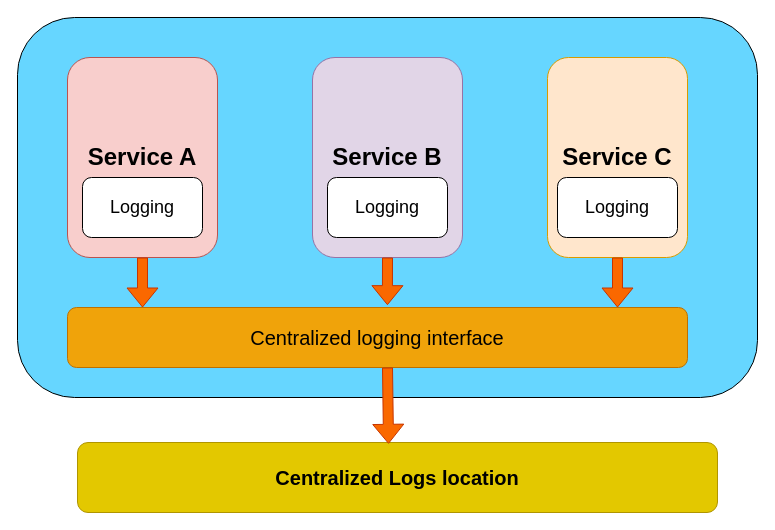
This is resources/Centralized Logs.drawio from prasad-babu/mydraw.io, a draw.io file, before an edit. Source tidied: cells renumbered, new cells numbered last; positions are measured from the earlier drawing's top-left corner, leaving out a move shared by most shapes. Both pictures are drawn from the tidied source at 100%, with x=0, y=0 at pixel (17, 17).
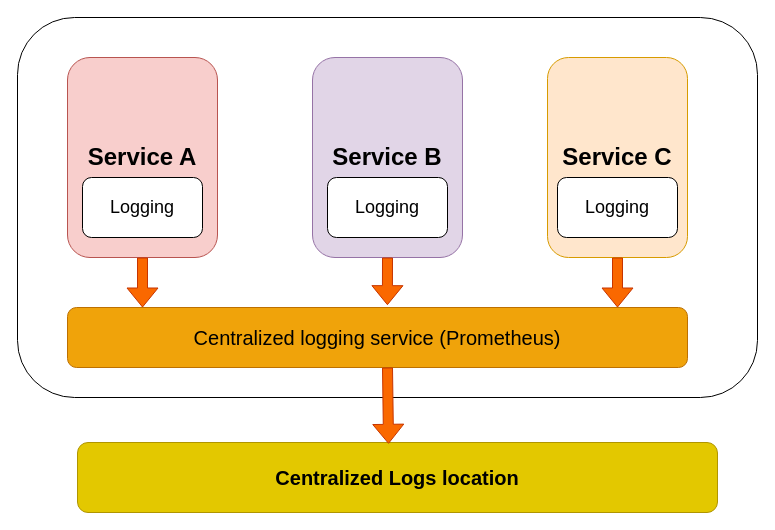
Above is the later version.

The edit, as a diff of the source:
```diff
@@
 <mxGraphModel>
   <root>
     <mxCell id="0" />
     <mxCell id="1" parent="0" />
-    <mxCell id="2" style="rounded=1;whiteSpace=wrap;html=1;fillColor=#66D6FF;" parent="1" vertex="1">
+    <mxCell id="2" style="rounded=1;whiteSpace=wrap;html=1;fillColor=none;" parent="1" vertex="1">
       <mxGeometry width="740" height="380" as="geometry" />
     </mxCell>
     <mxCell id="3" value="&lt;font size=&quot;1&quot;&gt;&lt;b style=&quot;font-size: 24px;&quot;&gt;Service A&lt;/b&gt;&lt;/font&gt;" style="rounded=1;whiteSpace=wrap;html=1;fillColor=#f8cecc;strokeColor=#b85450;" parent="1" vertex="1">
       <mxGeometry x="50" y="40" width="150" height="200" as="geometry" />
     </mxCell>
     <mxCell id="4" value="&lt;font style=&quot;font-size: 24px;&quot;&gt;&lt;b&gt;Service B&lt;/b&gt;&lt;/font&gt;" style="rounded=1;whiteSpace=wrap;html=1;fillColor=#e1d5e7;strokeColor=#9673a6;" parent="1" vertex="1">
       <mxGeometry x="295" y="40" width="150" height="200" as="geometry" />
     </mxCell>
     <mxCell id="5" value="&lt;font style=&quot;font-size: 18px;&quot;&gt;Logging&lt;/font&gt;" style="rounded=1;whiteSpace=wrap;html=1;" parent="1" vertex="1">
       <mxGeometry x="65" y="160" width="120" height="60" as="geometry" />
     </mxCell>
     <mxCell id="6" value="&lt;font style=&quot;font-size: 24px;&quot;&gt;&lt;b&gt;Service C&lt;/b&gt;&lt;/font&gt;" style="rounded=1;whiteSpace=wrap;html=1;fillColor=#ffe6cc;strokeColor=#d79b00;" parent="1" vertex="1">
       <mxGeometry x="530" y="40" width="140" height="200" as="geometry" />
     </mxCell>
     <mxCell id="7" value="&lt;font style=&quot;font-size: 18px;&quot;&gt;Logging&lt;/font&gt;" style="rounded=1;whiteSpace=wrap;html=1;" parent="1" vertex="1">
       <mxGeometry x="540" y="160" width="120" height="60" as="geometry" />
     </mxCell>
     <mxCell id="8" value="&lt;font style=&quot;font-size: 18px;&quot;&gt;Logging&lt;/font&gt;" style="rounded=1;whiteSpace=wrap;html=1;" parent="1" vertex="1">
       <mxGeometry x="310" y="160" width="120" height="60" as="geometry" />
     </mxCell>
     <mxCell id="9" value="&lt;font style=&quot;font-size: 20px;&quot;&gt;&lt;b&gt;Centralized Logs location&lt;/b&gt;&lt;/font&gt;" style="rounded=1;whiteSpace=wrap;html=1;fillColor=#e3c800;strokeColor=#B09500;fontColor=#000000;" parent="1" vertex="1">
       <mxGeometry x="60" y="425" width="640" height="70" as="geometry" />
     </mxCell>
     <mxCell id="10" style="shape=flexArrow;endArrow=classic;html=1;rounded=0;exitX=0.5;exitY=1;exitDx=0;exitDy=0;fillColor=#fa6800;strokeColor=#C73500;" parent="1" edge="1" source="3">
       <mxGeometry relative="1" as="geometry">
         <mxPoint x="125" y="290" as="targetPoint" />
       </mxGeometry>
     </mxCell>
     <mxCell id="11" style="shape=flexArrow;endArrow=classic;html=1;rounded=0;exitX=0.5;exitY=1;exitDx=0;exitDy=0;fillColor=#fa6800;strokeColor=#C73500;" parent="1" edge="1" source="6">
       <mxGeometry relative="1" as="geometry">
         <mxPoint x="600" y="290" as="targetPoint" />
       </mxGeometry>
     </mxCell>
     <mxCell id="12" style="shape=flexArrow;endArrow=classic;html=1;rounded=0;entryX=0.516;entryY=-0.039;entryDx=0;entryDy=0;fillColor=#fa6800;strokeColor=#C73500;entryPerimeter=0;" parent="1" edge="1" target="13">
       <mxGeometry relative="1" as="geometry">
         <mxPoint x="370" y="240" as="sourcePoint" />
       </mxGeometry>
     </mxCell>
-    <mxCell id="13" value="Centralized logging interface" style="rounded=1;whiteSpace=wrap;html=1;fontSize=20;fillColor=#f0a30a;fontColor=#000000;strokeColor=#BD7000;" parent="1" vertex="1">
+    <mxCell id="13" value="Centralized logging service (Prometheus)" style="rounded=1;whiteSpace=wrap;html=1;fontSize=20;fillColor=#f0a30a;fontColor=#000000;strokeColor=#BD7000;" parent="1" vertex="1">
       <mxGeometry x="50" y="290" width="620" height="60" as="geometry" />
     </mxCell>
     <mxCell id="14" style="shape=flexArrow;endArrow=classic;html=1;rounded=0;fontSize=20;entryX=0.486;entryY=0.019;entryDx=0;entryDy=0;entryPerimeter=0;fillColor=#fa6800;strokeColor=#C73500;" parent="1" edge="1" target="9">
       <mxGeometry relative="1" as="geometry">
         <mxPoint x="370" y="350" as="sourcePoint" />
       </mxGeometry>
     </mxCell>
   </root>
 </mxGraphModel>
```
